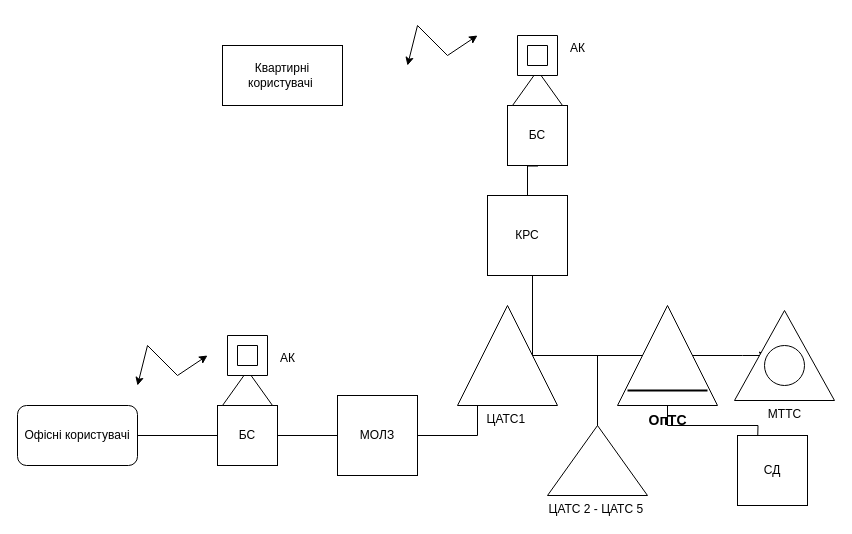
Earlier version of the draw.io diagram ще одна діаграма.drawio (AngelicHavy/site). Source tidied: cells renumbered, new cells numbered last; positions are measured from the earlier drawing's top-left corner, leaving out a move shared by most shapes. Both pictures are drawn from the tidied source at 100%, with x=0, y=0 at pixel (17, 25).
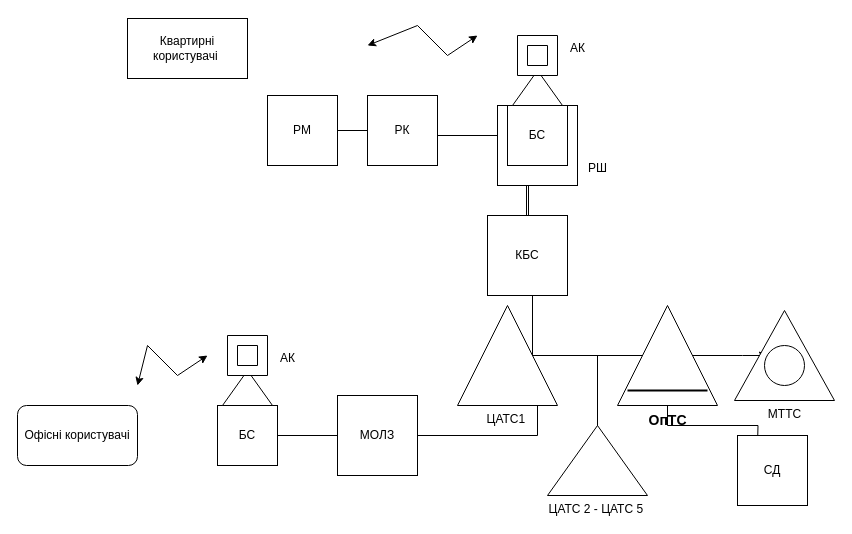
The same page after the edit.

The change refers to these unchanged cells:
```xml
<mxCell id="4" value="Офісні користувачі" style="rounded=1;whiteSpace=wrap;html=1;" parent="1" vertex="1">
  <mxGeometry y="380" width="120" height="60" as="geometry" />
</mxCell>
<mxCell id="5" value="МОЛЗ" style="whiteSpace=wrap;html=1;" parent="1" vertex="1">
  <mxGeometry x="320" y="370" width="80" height="80" as="geometry" />
</mxCell>
<mxCell id="21" value="БС" style="whiteSpace=wrap;html=1;" parent="1" vertex="1">
  <mxGeometry x="200" y="380" width="60" height="60" as="geometry" />
</mxCell>
```

What changed in the source:
```diff
@@
+    <mxCell id="31" style="whiteSpace=wrap;html=1;" parent="1" vertex="1">
+      <mxGeometry x="480" y="80" width="80" height="80" as="geometry" />
+    </mxCell>
     <mxCell id="2" value="Квартирні користувачі&amp;nbsp;" style="rounded=0;whiteSpace=wrap;html=1;" parent="1" vertex="1">
-      <mxGeometry x="205" y="20" width="120" height="60" as="geometry" />
+      <mxGeometry x="110" y="-7" width="120" height="60" as="geometry" />
     </mxCell>
-    <mxCell id="3" style="edgeStyle=orthogonalEdgeStyle;rounded=0;jettySize=auto;html=1;exitX=1;exitY=0.5;exitDx=0;exitDy=0;entryX=0;entryY=0.5;entryDx=0;entryDy=0;" parent="1" edge="1" source="4">
+    <mxCell id="3" style="edgeStyle=orthogonalEdgeStyle;rounded=0;jettySize=auto;html=1;exitX=1;exitY=0.5;exitDx=0;exitDy=0;entryX=0;entryY=0.5;entryDx=0;entryDy=0;" parent="1" edge="1" source="21">
       <mxGeometry relative="1" as="geometry">
         <mxPoint x="384" y="410" as="targetPoint" />
       </mxGeometry>
     </mxCell>
@@
     <mxCell id="6" style="edgeStyle=orthogonalEdgeStyle;rounded=0;jettySize=auto;html=1;exitX=1;exitY=0.5;exitDx=0;exitDy=0;entryX=0.5;entryY=1;entryDx=0;entryDy=0;entryPerimeter=0;" parent="1" edge="1" source="5">
       <mxGeometry relative="1" as="geometry">
         <mxPoint x="520" y="370" as="targetPoint" />
+        <Array as="points">
+          <mxPoint x="520" y="410" />
+        </Array>
       </mxGeometry>
     </mxCell>
@@
-    <mxCell id="10" style="edgeStyle=orthogonalEdgeStyle;rounded=0;jettySize=auto;html=1;exitX=0.5;exitY=0;exitDx=0;exitDy=0;" parent="1" edge="1" source="11">
+    <mxCell id="10" style="edgeStyle=orthogonalEdgeStyle;rounded=0;jettySize=auto;html=1;exitX=0.5;exitY=0;exitDx=0;exitDy=0;shape=link;width=2;" parent="1" edge="1" source="11">
       <mxGeometry relative="1" as="geometry">
-        <mxPoint x="520" y="110" as="targetPoint" />
+        <mxPoint x="510" y="160" as="targetPoint" />
       </mxGeometry>
     </mxCell>
-    <mxCell id="11" value="КРС" style="whiteSpace=wrap;html=1;" parent="1" vertex="1">
-      <mxGeometry x="470" y="170" width="80" height="80" as="geometry" />
+    <mxCell id="11" value="КБС" style="whiteSpace=wrap;html=1;" parent="1" vertex="1">
+      <mxGeometry x="470" y="190" width="80" height="80" as="geometry" />
     </mxCell>
@@
+    <mxCell id="32" style="edgeStyle=orthogonalEdgeStyle;rounded=0;orthogonalLoop=1;jettySize=auto;html=1;" parent="1" edge="1">
+      <mxGeometry relative="1" as="geometry">
+        <mxPoint x="480" y="110" as="sourcePoint" />
+        <mxPoint x="400" y="110" as="targetPoint" />
+      </mxGeometry>
+    </mxCell>
@@
     <mxCell id="30" style="endArrow=classic;startArrow=classic;html=1;rounded=0;" parent="1" edge="1">
       <mxGeometry relative="1" as="geometry">
-        <mxPoint x="390" y="40" as="sourcePoint" />
+        <mxPoint x="350" y="20" as="sourcePoint" />
         <mxPoint x="460" y="10" as="targetPoint" />
         <Array as="points">
           <mxPoint x="400" />
           <mxPoint x="430" y="30" />
         </Array>
       </mxGeometry>
     </mxCell>
+    <mxCell id="33" value="РШ" style="text;html=1;align=center;verticalAlign=middle;strokeColor=none;fillColor=none;" parent="1" vertex="1">
+      <mxGeometry x="560" y="128" width="40" height="30" as="geometry" />
+    </mxCell>
+    <mxCell id="34" style="edgeStyle=orthogonalEdgeStyle;rounded=0;jettySize=auto;html=1;exitX=0;exitY=0.5;exitDx=0;exitDy=0;" parent="1" edge="1" source="35">
+      <mxGeometry relative="1" as="geometry">
+        <mxPoint x="300" y="105" as="targetPoint" />
+      </mxGeometry>
+    </mxCell>
+    <mxCell id="35" value="РК" style="whiteSpace=wrap;html=1;" parent="1" vertex="1">
+      <mxGeometry x="350" y="70" width="70" height="70" as="geometry" />
+    </mxCell>
+    <mxCell id="36" value="РМ" style="whiteSpace=wrap;html=1;" parent="1" vertex="1">
+      <mxGeometry x="250" y="70" width="70" height="70" as="geometry" />
+    </mxCell>
```
